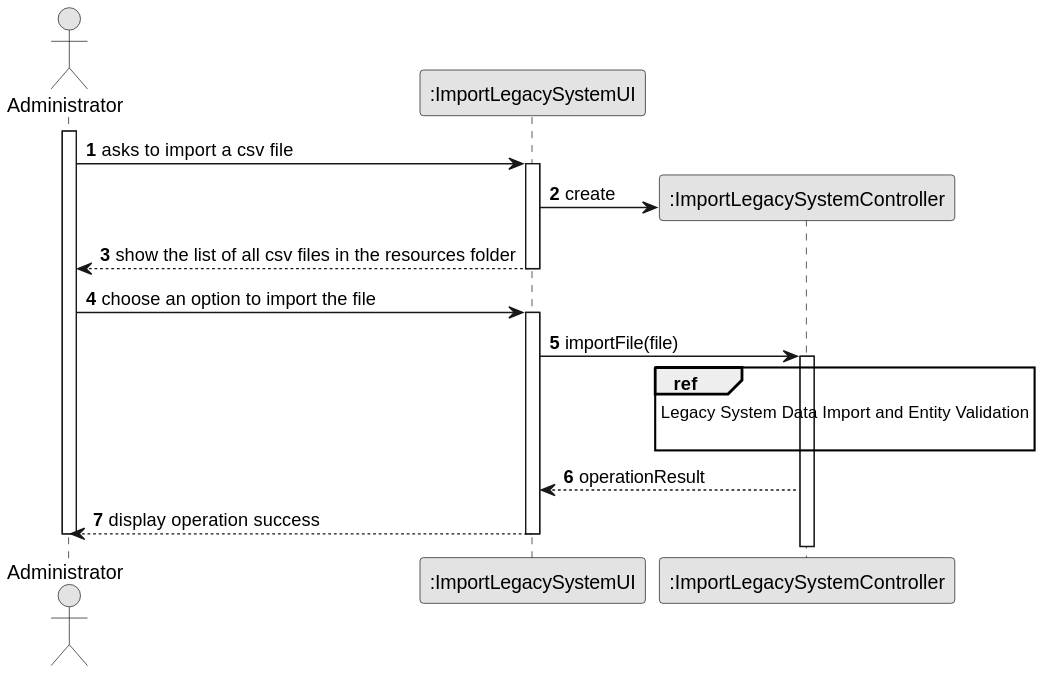
Shushizinho/RealEstateUSASystem keeps this PlantUML diagram as docs/sprintD/us012/03.design/svg/us012-sequence-diagram-split.svg. Above is the earlier version.
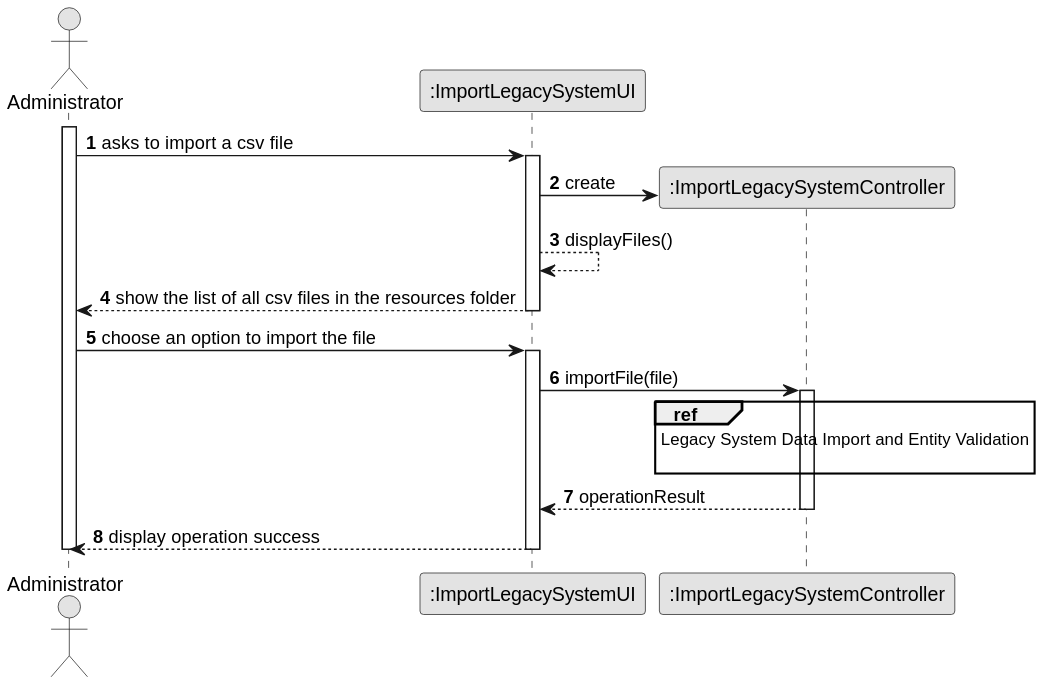
After the commit.

What changed in the source:
```diff
@@ -14,7 +14,11 @@
 activate UI
 
 UI-> CTRL** : create
+
+UI --> UI : displayFiles()
+
 UI --> ADM : show the list of all csv files in the resources folder
+
 deactivate UI
 
 ADM -> UI : choose an option to import the file
@@ -28,12 +32,8 @@
 
 end ref
 
-
-
-
-
 CTRL --> UI: operationResult
-
+deactivate CTRL
 UI --> ADM : display operation success
 deactivate UI
 
```
